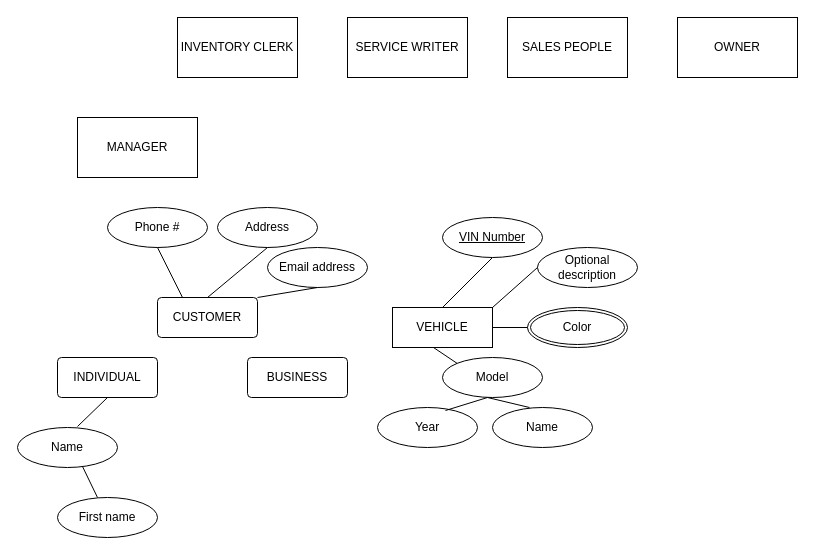
Before: Untitled Diagram.drawio in qwei37/QW, a draw.io diagram. Source tidied: cells renumbered, new cells numbered last; positions are measured from the earlier drawing's top-left corner, leaving out a move shared by most shapes. Both pictures are drawn from the tidied source at 100%, with x=0, y=0 at pixel (17, 17).
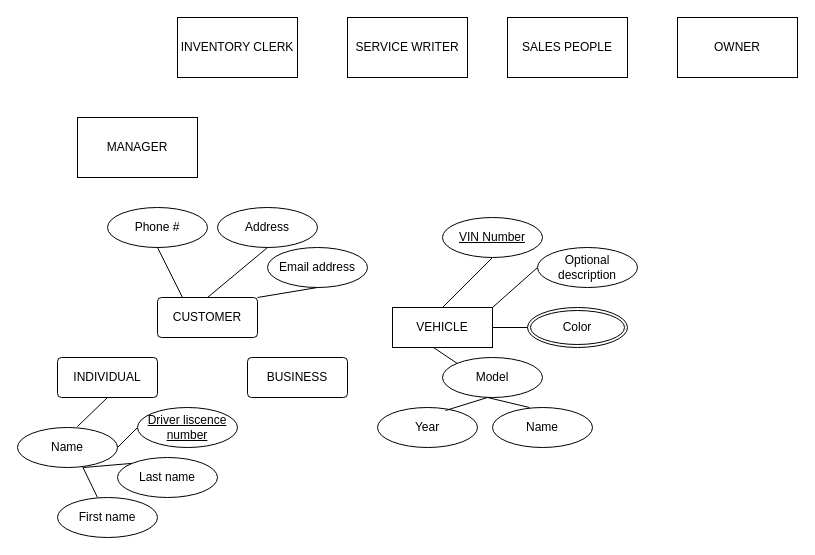
Above is the later version.

Unchanged cells that the change refers to:
```xml
<mxCell id="28" value="Name" style="ellipse;whiteSpace=wrap;html=1;align=center;hachureGap=4;" parent="1" vertex="1">
  <mxGeometry y="410" width="100" height="40" as="geometry" />
</mxCell>
```

What changed in the source:
```diff
@@
+    <mxCell id="32" value="Last name" style="ellipse;whiteSpace=wrap;html=1;align=center;hachureGap=4;" parent="1" vertex="1">
+      <mxGeometry x="100" y="440" width="100" height="40" as="geometry" />
+    </mxCell>
+    <mxCell id="33" style="endArrow=none;html=1;rounded=0;startSize=14;endSize=14;sourcePerimeterSpacing=8;targetPerimeterSpacing=8;exitX=0.66;exitY=1;exitDx=0;exitDy=0;entryX=0;entryY=0;entryDx=0;entryDy=0;exitPerimeter=0;" parent="1" edge="1" source="28" target="32">
+      <mxGeometry relative="1" as="geometry" />
+    </mxCell>
+    <mxCell id="34" value="Driver liscence number" style="ellipse;whiteSpace=wrap;html=1;align=center;fontStyle=4;hachureGap=4;" parent="1" vertex="1">
+      <mxGeometry x="120" y="390" width="100" height="40" as="geometry" />
+    </mxCell>
+    <mxCell id="35" style="endArrow=none;html=1;rounded=0;startSize=14;endSize=14;sourcePerimeterSpacing=8;targetPerimeterSpacing=8;exitX=1;exitY=0.5;exitDx=0;exitDy=0;entryX=0;entryY=0.5;entryDx=0;entryDy=0;" parent="1" edge="1" source="28" target="34">
+      <mxGeometry relative="1" as="geometry" />
+    </mxCell>
```
